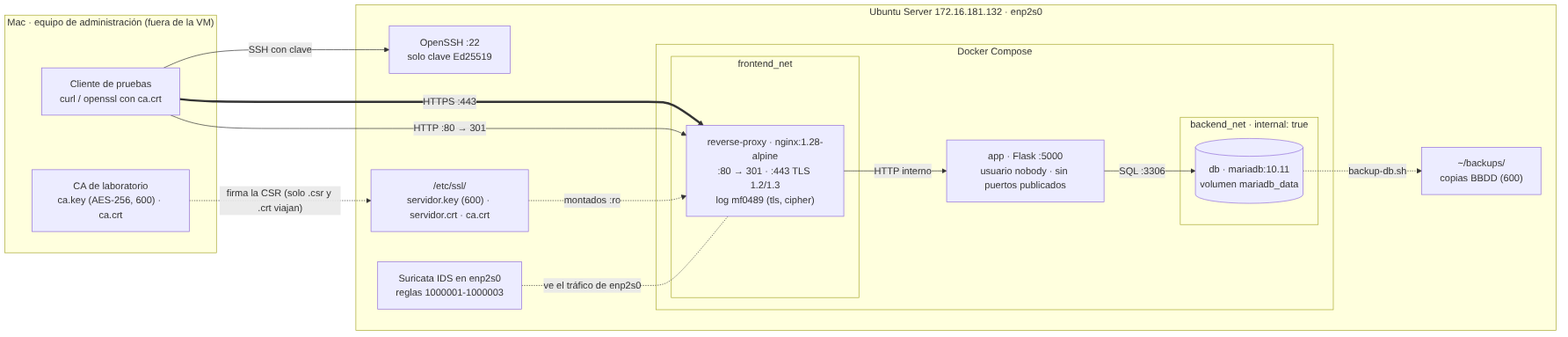
Before: docs/mf0489/arquitectura-final.png, a diagram exported from Mermaid (margalefxr/opsmatrix-lab). Its source is kept beside it as docs/mf0489/arquitectura-final.mmd. Its diagram source:
```mermaid
flowchart LR
    subgraph MAC["Mac · equipo de administración (fuera de la VM)"]
        CA["CA de laboratorio<br/>ca.key (AES-256, 600) · ca.crt"]
        CLI["Cliente de pruebas<br/>curl / openssl con ca.crt"]
    end

    subgraph VM["Ubuntu Server 172.16.181.132 · enp2s0"]
        SSH["OpenSSH :22<br/>solo clave Ed25519"]
        SUR["Suricata IDS en enp2s0<br/>reglas 1000001-1000003"]
        PKI["/etc/ssl/<br/>servidor.key (600) · servidor.crt · ca.crt"]
        BK["~/backups/<br/>copias BBDD (600)"]

        subgraph DOCKER["Docker Compose"]
            subgraph FRONT["frontend_net"]
                RP["reverse-proxy · nginx:1.28-alpine<br/>:80 → 301 · :443 TLS 1.2/1.3<br/>log mf0489 (tls, cipher)"]
            end
            APP["app · Flask :5000<br/>usuario nobody · sin puertos publicados"]
            subgraph BACK["backend_net · internal: true"]
                DB[("db · mariadb:10.11<br/>volumen mariadb_data")]
            end
        end
    end

    CA -. "firma la CSR (solo .csr y .crt viajan)" .-> PKI
    CLI == "HTTPS :443" ==> RP
    CLI -- "HTTP :80 → 301" --> RP
    CLI -- "SSH con clave" --> SSH
    PKI -. "montados :ro" .-> RP
    RP -- "HTTP interno" --> APP
    APP -- "SQL :3306" --> DB
    DB -. "backup-db.sh" .-> BK
    SUR -. "ve el tráfico de enp2s0" .- RP
```
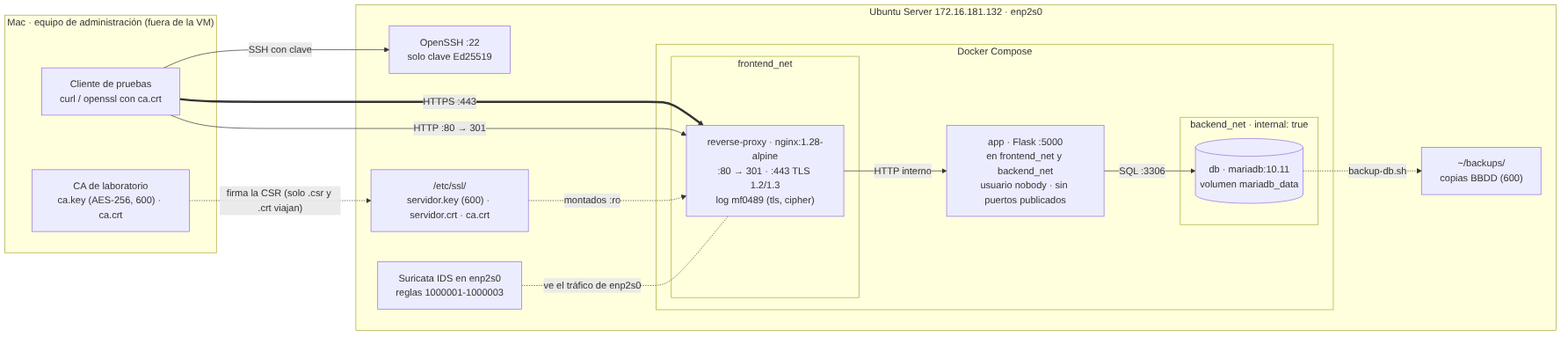
After the commit.

Change to the diagram source:
```diff
@@ -14,7 +14,7 @@
             subgraph FRONT["frontend_net"]
                 RP["reverse-proxy · nginx:1.28-alpine<br/>:80 → 301 · :443 TLS 1.2/1.3<br/>log mf0489 (tls, cipher)"]
             end
-            APP["app · Flask :5000<br/>usuario nobody · sin puertos publicados"]
+            APP["app · Flask :5000<br/>en frontend_net y backend_net<br/>usuario nobody · sin puertos publicados"]
             subgraph BACK["backend_net · internal: true"]
                 DB[("db · mariadb:10.11<br/>volumen mariadb_data")]
             end
```
